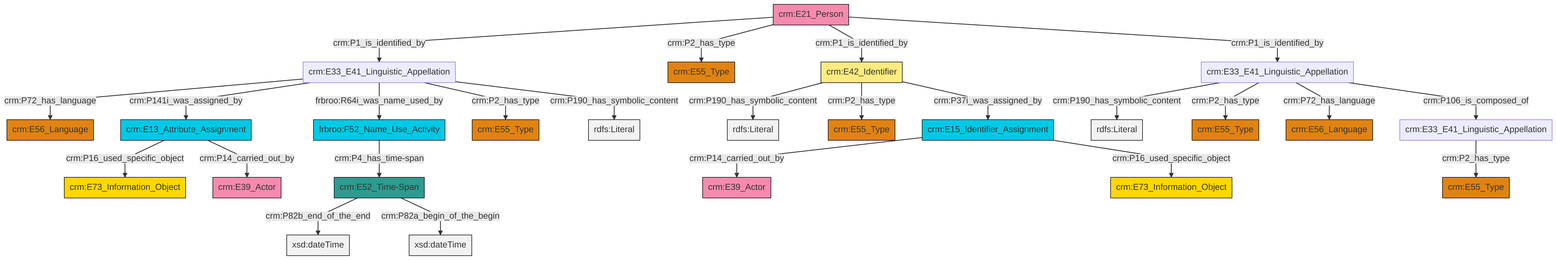
This is et/personCSV/ttl/mmd/png/Person_Names_and_Classification.png from swiss-art-research-net/docs.swissartresearch, a Mermaid export, as it was before one commit. Its source is kept beside it as et/personCSV/ttl/mmd/Person_Names_and_Classification.ttl.mmd.
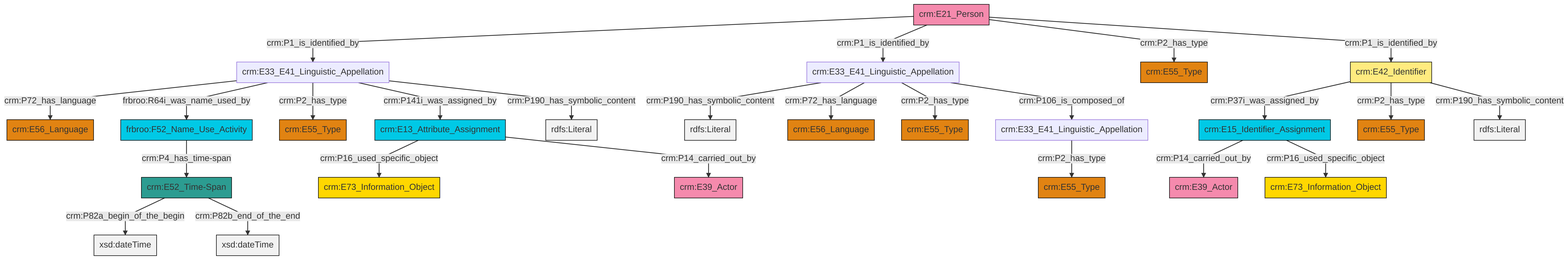
Above is the later version.

Change to the diagram source:
```diff
@@ -13,27 +13,27 @@
 classDef PC_Classes fill:#4ce600, stroke:#000000;
 classDef Multi fill:#cccccc,stroke:#000000;
 
-2["crm:E42_Identifier"]:::Appellation -->|crm:P190_has_symbolic_content| 3[rdfs:Literal]:::Literal
-4["crm:E33_E41_Linguistic_Appellation"]:::Default -->|crm:P72_has_language| 5["crm:E56_Language"]:::Type
-8["crm:E13_Attribute_Assignment"]:::Temporal_Entity -->|crm:P16_used_specific_object| 9["crm:E73_Information_Object"]:::Conceptual_Object
-18["crm:E21_Person"]:::Actor -->|crm:P1_is_identified_by| 4["crm:E33_E41_Linguistic_Appellation"]:::Default
-11["crm:E15_Identifier_Assignment"]:::Temporal_Entity -->|crm:P14_carried_out_by| 21["crm:E39_Actor"]:::Actor
-18["crm:E21_Person"]:::Actor -->|crm:P2_has_type| 0["crm:E55_Type"]:::Type
-2["crm:E42_Identifier"]:::Appellation -->|crm:P2_has_type| 6["crm:E55_Type"]:::Type
-4["crm:E33_E41_Linguistic_Appellation"]:::Default -->|crm:P141i_was_assigned_by| 8["crm:E13_Attribute_Assignment"]:::Temporal_Entity
-8["crm:E13_Attribute_Assignment"]:::Temporal_Entity -->|crm:P14_carried_out_by| 30["crm:E39_Actor"]:::Actor
-27["crm:E33_E41_Linguistic_Appellation"]:::Default -->|crm:P190_has_symbolic_content| 32[rdfs:Literal]:::Literal
-33["frbroo:F52_Name_Use_Activity"]:::Temporal_Entity -->|crm:P4_has_time-span| 34["crm:E52_Time-Span"]:::Time-Span
-34["crm:E52_Time-Span"]:::Time-Span -->|crm:P82b_end_of_the_end| 35[xsd:dateTime]:::Literal
-18["crm:E21_Person"]:::Actor -->|crm:P1_is_identified_by| 2["crm:E42_Identifier"]:::Appellation
-4["crm:E33_E41_Linguistic_Appellation"]:::Default -->|frbroo:R64i_was_name_used_by| 33["frbroo:F52_Name_Use_Activity"]:::Temporal_Entity
-11["crm:E15_Identifier_Assignment"]:::Temporal_Entity -->|crm:P16_used_specific_object| 38["crm:E73_Information_Object"]:::Conceptual_Object
-18["crm:E21_Person"]:::Actor -->|crm:P1_is_identified_by| 27["crm:E33_E41_Linguistic_Appellation"]:::Default
-27["crm:E33_E41_Linguistic_Appellation"]:::Default -->|crm:P2_has_type| 19["crm:E55_Type"]:::Type
-27["crm:E33_E41_Linguistic_Appellation"]:::Default -->|crm:P72_has_language| 16["crm:E56_Language"]:::Type
-4["crm:E33_E41_Linguistic_Appellation"]:::Default -->|crm:P2_has_type| 25["crm:E55_Type"]:::Type
-13["crm:E33_E41_Linguistic_Appellation"]:::Default -->|crm:P2_has_type| 22["crm:E55_Type"]:::Type
-2["crm:E42_Identifier"]:::Appellation -->|crm:P37i_was_assigned_by| 11["crm:E15_Identifier_Assignment"]:::Temporal_Entity
-34["crm:E52_Time-Span"]:::Time-Span -->|crm:P82a_begin_of_the_begin| 42[xsd:dateTime]:::Literal
-27["crm:E33_E41_Linguistic_Appellation"]:::Default -->|crm:P106_is_composed_of| 13["crm:E33_E41_Linguistic_Appellation"]:::Default
-4["crm:E33_E41_Linguistic_Appellation"]:::Default -->|crm:P190_has_symbolic_content| 45[rdfs:Literal]:::Literal
+0["crm:E52_Time-Span"]:::Time-Span -->|crm:P82a_begin_of_the_begin| 1[xsd:dateTime]:::Literal
+2["crm:E21_Person"]:::Actor -->|crm:P1_is_identified_by| 3["crm:E33_E41_Linguistic_Appellation"]:::Default
+2["crm:E21_Person"]:::Actor -->|crm:P1_is_identified_by| 4["crm:E33_E41_Linguistic_Appellation"]:::Default
+4["crm:E33_E41_Linguistic_Appellation"]:::Default -->|crm:P190_has_symbolic_content| 9[rdfs:Literal]:::Literal
+15["frbroo:F52_Name_Use_Activity"]:::Temporal_Entity -->|crm:P4_has_time-span| 0["crm:E52_Time-Span"]:::Time-Span
+3["crm:E33_E41_Linguistic_Appellation"]:::Default -->|crm:P72_has_language| 16["crm:E56_Language"]:::Type
+13["crm:E42_Identifier"]:::Appellation -->|crm:P37i_was_assigned_by| 17["crm:E15_Identifier_Assignment"]:::Temporal_Entity
+4["crm:E33_E41_Linguistic_Appellation"]:::Default -->|crm:P72_has_language| 10["crm:E56_Language"]:::Type
+3["crm:E33_E41_Linguistic_Appellation"]:::Default -->|frbroo:R64i_was_name_used_by| 15["frbroo:F52_Name_Use_Activity"]:::Temporal_Entity
+3["crm:E33_E41_Linguistic_Appellation"]:::Default -->|crm:P2_has_type| 18["crm:E55_Type"]:::Type
+2["crm:E21_Person"]:::Actor -->|crm:P2_has_type| 20["crm:E55_Type"]:::Type
+0["crm:E52_Time-Span"]:::Time-Span -->|crm:P82b_end_of_the_end| 23[xsd:dateTime]:::Literal
+4["crm:E33_E41_Linguistic_Appellation"]:::Default -->|crm:P2_has_type| 26["crm:E55_Type"]:::Type
+13["crm:E42_Identifier"]:::Appellation -->|crm:P2_has_type| 6["crm:E55_Type"]:::Type
+3["crm:E33_E41_Linguistic_Appellation"]:::Default -->|crm:P141i_was_assigned_by| 29["crm:E13_Attribute_Assignment"]:::Temporal_Entity
+17["crm:E15_Identifier_Assignment"]:::Temporal_Entity -->|crm:P14_carried_out_by| 21["crm:E39_Actor"]:::Actor
+29["crm:E13_Attribute_Assignment"]:::Temporal_Entity -->|crm:P16_used_specific_object| 35["crm:E73_Information_Object"]:::Conceptual_Object
+17["crm:E15_Identifier_Assignment"]:::Temporal_Entity -->|crm:P16_used_specific_object| 30["crm:E73_Information_Object"]:::Conceptual_Object
+29["crm:E13_Attribute_Assignment"]:::Temporal_Entity -->|crm:P14_carried_out_by| 32["crm:E39_Actor"]:::Actor
+3["crm:E33_E41_Linguistic_Appellation"]:::Default -->|crm:P190_has_symbolic_content| 40[rdfs:Literal]:::Literal
+4["crm:E33_E41_Linguistic_Appellation"]:::Default -->|crm:P106_is_composed_of| 24["crm:E33_E41_Linguistic_Appellation"]:::Default
+13["crm:E42_Identifier"]:::Appellation -->|crm:P190_has_symbolic_content| 43[rdfs:Literal]:::Literal
+24["crm:E33_E41_Linguistic_Appellation"]:::Default -->|crm:P2_has_type| 36["crm:E55_Type"]:::Type
+2["crm:E21_Person"]:::Actor -->|crm:P1_is_identified_by| 13["crm:E42_Identifier"]:::Appellation
```
